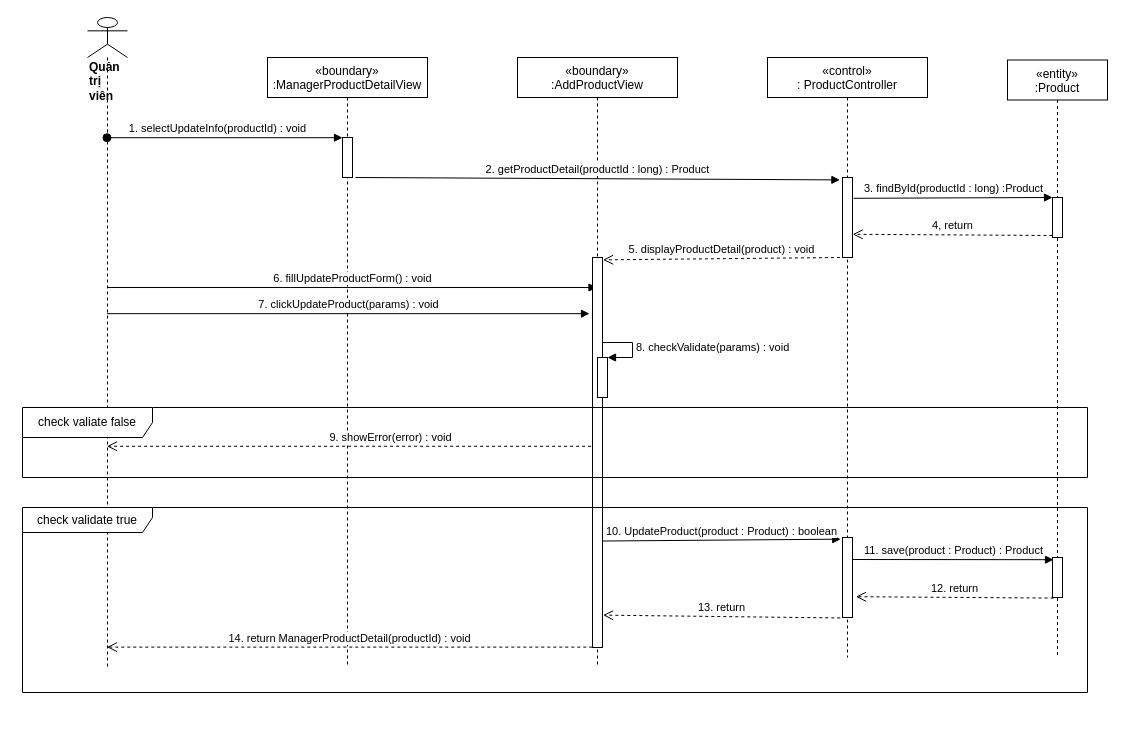
Earlier version of the draw.io diagram sequence diagram/update-oldProduct-manager-sequence.drawio (nguyenphamvan/datn_20202). Source tidied: cells renumbered, new cells numbered last; positions are measured from the earlier drawing's top-left corner, leaving out a move shared by most shapes. Both pictures are drawn from the tidied source at 100%, with x=0, y=0 at pixel (22, 17).
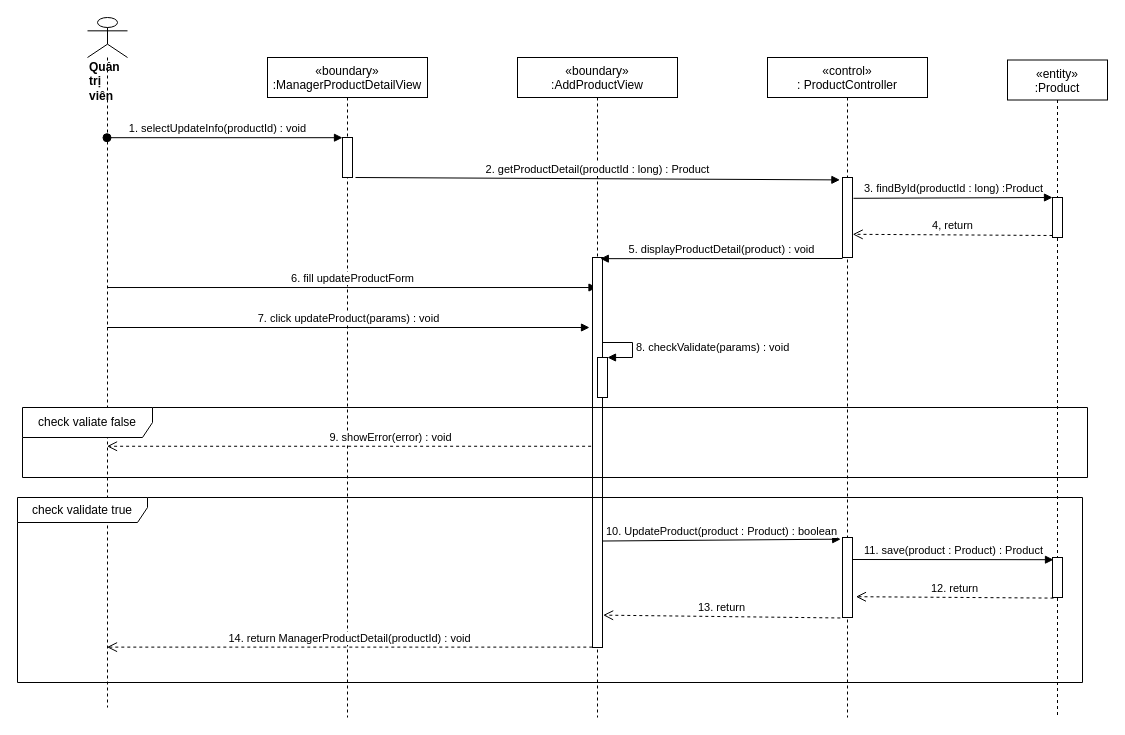
After the change.

Unchanged cells that the change refers to:
```xml
<mxCell id="16" style="points=[];perimeter=orthogonalPerimeter;rounded=0;shadow=0;strokeWidth=1;" parent="15" vertex="1">
  <mxGeometry x="75" y="200" width="10" height="390" as="geometry" />
</mxCell>
<mxCell id="25" style="html=1;points=[];perimeter=orthogonalPerimeter;" parent="1" vertex="1">
  <mxGeometry x="820" y="160" width="10" height="80" as="geometry" />
</mxCell>
```

Change to the diagram source:
```diff
@@
     <mxCell id="2" value="«boundary»&#10;:ManagerProductDetailView" style="shape=umlLifeline;perimeter=lifelinePerimeter;rounded=0;shadow=0;strokeWidth=1;" parent="1" vertex="1">
-      <mxGeometry x="245" y="40" width="160" height="610" as="geometry" />
+      <mxGeometry x="245" y="40" width="160" height="660" as="geometry" />
     </mxCell>
@@
     <mxCell id="4" value="«control»&#10;: ProductController" style="shape=umlLifeline;perimeter=lifelinePerimeter;rounded=0;shadow=0;strokeWidth=1;" parent="1" vertex="1">
-      <mxGeometry x="745" y="40" width="160" height="600" as="geometry" />
+      <mxGeometry x="745" y="40" width="160" height="660" as="geometry" />
     </mxCell>
     <mxCell id="5" value="&lt;div&gt;&lt;b&gt;Quản trị viên&lt;/b&gt;&lt;/div&gt;" style="shape=umlLifeline;participant=umlActor;perimeter=lifelinePerimeter;whiteSpace=wrap;html=1;verticalAlign=top;spacingTop=36;outlineConnect=0;align=left;size=40;" parent="1" vertex="1">
-      <mxGeometry x="65" width="40" height="650" as="geometry" />
+      <mxGeometry x="65" width="40" height="690" as="geometry" />
     </mxCell>
@@
     <mxCell id="7" value="«entity»&#10;:Product" style="shape=umlLifeline;perimeter=lifelinePerimeter;rounded=0;shadow=0;strokeWidth=1;" parent="1" vertex="1">
-      <mxGeometry x="985" y="42.5" width="100" height="597.5" as="geometry" />
+      <mxGeometry x="985" y="42.5" width="100" height="657.5" as="geometry" />
     </mxCell>
@@
-    <mxCell id="11" value="6. fillUpdateProductForm() : void" style="html=1;verticalAlign=bottom;endArrow=block;entryX=0.45;entryY=0.077;entryDx=0;entryDy=0;entryPerimeter=0;" parent="1" edge="1" source="5" target="16">
+    <mxCell id="11" value="6. fill updateProductForm" style="html=1;verticalAlign=bottom;endArrow=block;entryX=0.45;entryY=0.077;entryDx=0;entryDy=0;entryPerimeter=0;" parent="1" edge="1" source="5" target="16">
       <mxGeometry relative="1" as="geometry" />
     </mxCell>
-    <mxCell id="12" value="7. clickUpdateProduct(params) : void" style="html=1;verticalAlign=bottom;endArrow=block;entryX=-0.3;entryY=0.144;entryDx=0;entryDy=0;entryPerimeter=0;" parent="1" edge="1" source="5" target="16">
-      <mxGeometry relative="1" as="geometry" />
+    <mxCell id="12" value="7. click updateProduct(params) : void" style="html=1;verticalAlign=bottom;endArrow=block;" parent="1" edge="1" source="5">
+      <mxGeometry relative="1" as="geometry">
+        <mxPoint x="567" y="310" as="targetPoint" />
+      </mxGeometry>
     </mxCell>
@@
     <mxCell id="15" value="«boundary»&#10;:AddProductView" style="shape=umlLifeline;perimeter=lifelinePerimeter;rounded=0;shadow=0;strokeWidth=1;" parent="1" vertex="1">
-      <mxGeometry x="495" y="40" width="160" height="610" as="geometry" />
+      <mxGeometry x="495" y="40" width="160" height="660" as="geometry" />
     </mxCell>
@@
     <mxCell id="24" value="check validate true" style="shape=umlFrame;whiteSpace=wrap;html=1;width=130;height=25;" parent="1" vertex="1">
-      <mxGeometry y="490" width="1065" height="185" as="geometry" />
+      <mxGeometry x="-5" y="480" width="1065" height="185" as="geometry" />
     </mxCell>
@@
-    <mxCell id="29" value="5. displayProductDetail(product) : void" style="html=1;verticalAlign=bottom;endArrow=open;dashed=1;endSize=8;exitX=-0.26;exitY=1;exitDx=0;exitDy=0;exitPerimeter=0;entryX=1.06;entryY=0.006;entryDx=0;entryDy=0;entryPerimeter=0;" parent="1" edge="1" source="25" target="16">
-      <mxGeometry relative="1" as="geometry" />
+    <mxCell id="29" value="5. displayProductDetail(product) : void" style="html=1;verticalAlign=bottom;endArrow=block;entryX=0.78;entryY=0.003;entryDx=0;entryDy=0;entryPerimeter=0;" parent="1" edge="1" target="16">
+      <mxGeometry relative="1" as="geometry">
+        <mxPoint x="820" y="241" as="sourcePoint" />
+      </mxGeometry>
     </mxCell>
```
